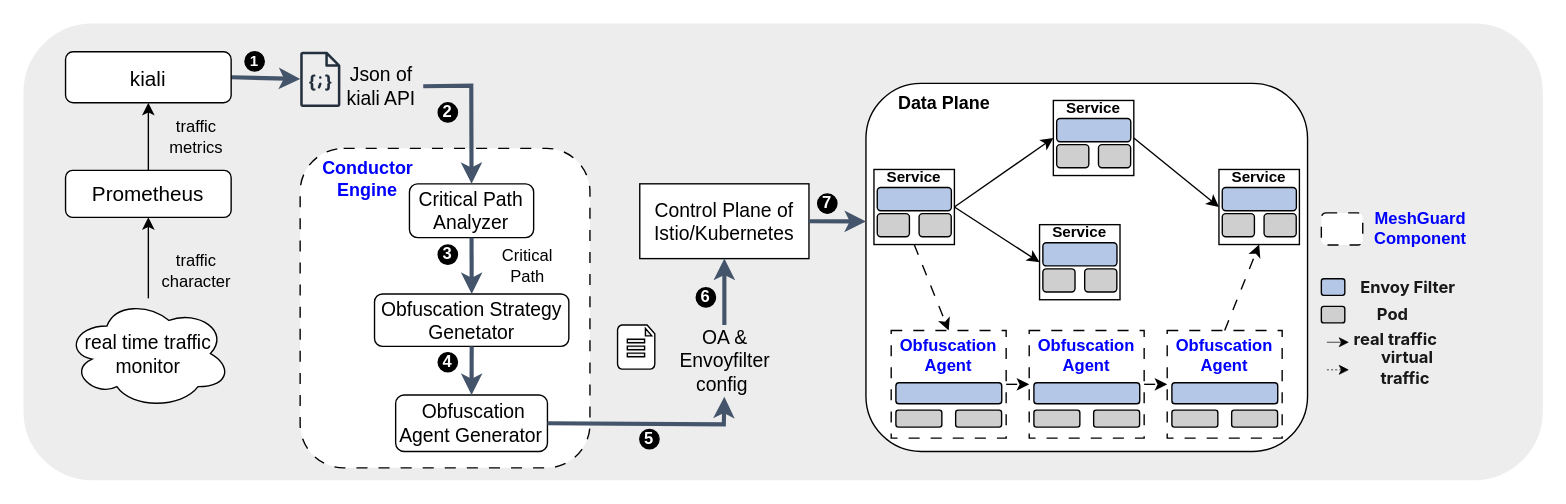
Above: meshguard_workflow.drawio in skwwwwww/draw (draw.io), before the change. Source tidied: cells renumbered, new cells numbered last; positions are measured from the earlier drawing's top-left corner, leaving out a move shared by most shapes. Both pictures are drawn from the tidied source at 138%, with x=0, y=0 at pixel (23, 23).
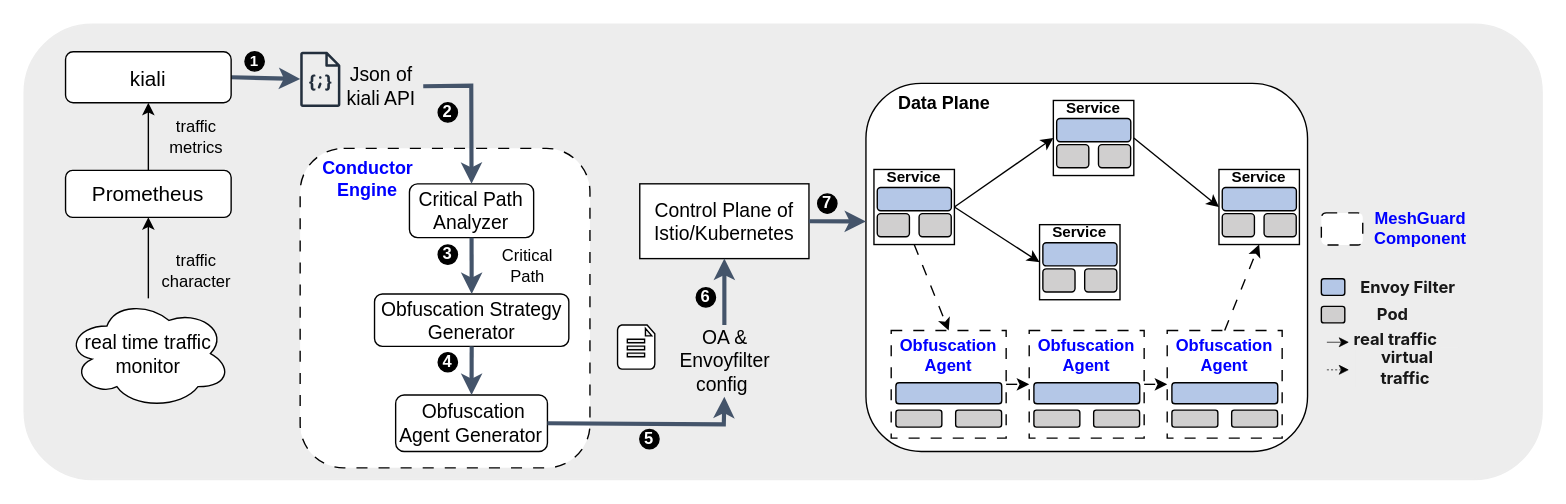
Above is the later version.

What changed in the source:
```diff
@@
-    <mxCell id="17" value="&lt;font style=&quot;font-size: 14px;&quot;&gt;&lt;span style=&quot;text-align: left;&quot;&gt;Obfuscation&amp;nbsp;&lt;/span&gt;&lt;span style=&quot;text-align: left;&quot;&gt;S&lt;/span&gt;trategy&lt;/font&gt;&lt;div&gt;&lt;font style=&quot;font-size: 14px;&quot;&gt;Genetator&lt;/font&gt;&lt;/div&gt;" style="rounded=1;whiteSpace=wrap;html=1;" parent="1" vertex="1">
+    <mxCell id="17" value="&lt;font style=&quot;font-size: 14px;&quot;&gt;&lt;span style=&quot;text-align: left;&quot;&gt;Obfuscation&amp;nbsp;&lt;/span&gt;&lt;span style=&quot;text-align: left;&quot;&gt;S&lt;/span&gt;trategy&lt;/font&gt;&lt;div&gt;&lt;font style=&quot;font-size: 14px;&quot;&gt;Generator&lt;/font&gt;&lt;/div&gt;" style="rounded=1;whiteSpace=wrap;html=1;" parent="1" vertex="1">
       <mxGeometry x="253.9" y="195.5" width="140.8" height="38" as="geometry" />
     </mxCell>
```
